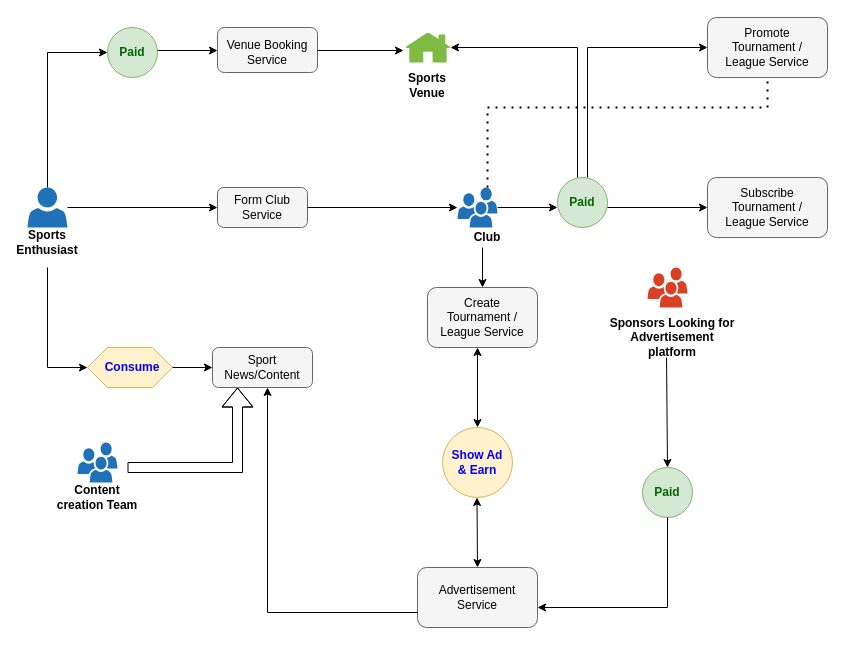
This is Untitled Diagram.drawio from dinesh2014/pestomeet, a draw.io file, before an edit. Source tidied: cells renumbered, new cells numbered last; positions are measured from the earlier drawing's top-left corner, leaving out a move shared by most shapes. Both pictures are drawn from the tidied source at 100%, with x=0, y=0 at pixel (17, 17).
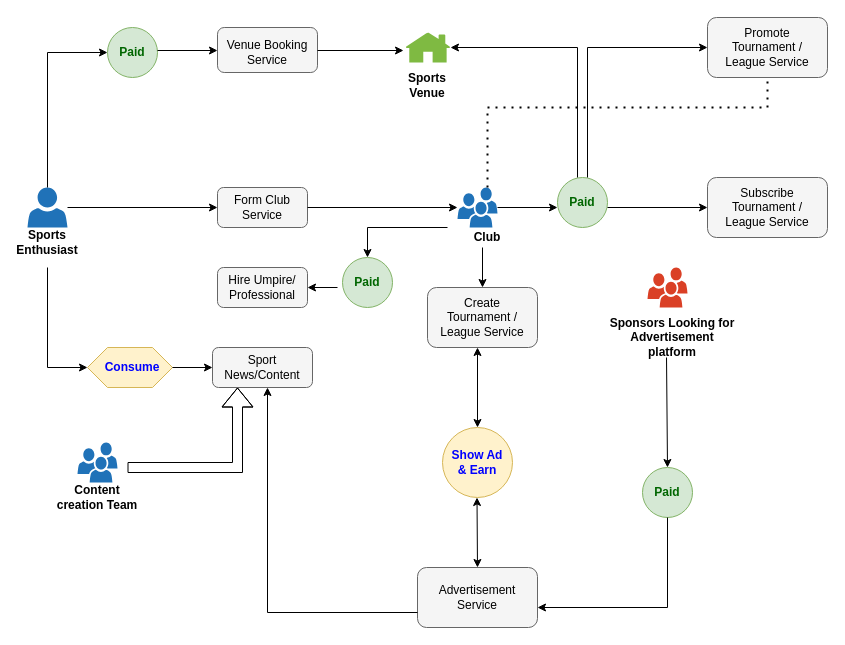
The same page after the edit.

What changed in the source:
```diff
@@
+    <mxCell id="55" style="rounded=1;whiteSpace=wrap;html=1;fillColor=#f5f5f5;fontColor=#333333;strokeColor=#666666;" parent="1" vertex="1">
+      <mxGeometry x="200" y="250" width="90" height="40" as="geometry" />
+    </mxCell>
+    <mxCell id="56" value="Hire Umpire/ Professional" style="text;html=1;strokeColor=none;fillColor=none;align=center;verticalAlign=middle;whiteSpace=wrap;rounded=0;" parent="1" vertex="1">
+      <mxGeometry x="210" y="255" width="70" height="30" as="geometry" />
+    </mxCell>
+    <mxCell id="57" style="endArrow=classic;html=1;rounded=0;" parent="1" edge="1">
+      <mxGeometry relative="1" as="geometry">
+        <mxPoint x="430" y="210" as="sourcePoint" />
+        <mxPoint x="350" y="240" as="targetPoint" />
+        <Array as="points">
+          <mxPoint x="350" y="210" />
+        </Array>
+      </mxGeometry>
+    </mxCell>
+    <mxCell id="58" style="ellipse;whiteSpace=wrap;html=1;fillColor=#d5e8d4;strokeColor=#82b366;" parent="1" vertex="1">
+      <mxGeometry x="325" y="240" width="50" height="50" as="geometry" />
+    </mxCell>
+    <mxCell id="59" value="&lt;font color=&quot;#006600&quot;&gt;&lt;b&gt;Paid&lt;/b&gt;&lt;/font&gt;" style="text;html=1;strokeColor=none;fillColor=none;align=center;verticalAlign=middle;whiteSpace=wrap;rounded=0;" parent="1" vertex="1">
+      <mxGeometry x="320" y="250" width="60" height="30" as="geometry" />
+    </mxCell>
+    <mxCell id="60" style="endArrow=classic;html=1;rounded=0;entryX=1;entryY=0.5;entryDx=0;entryDy=0;" parent="1" edge="1" target="55">
+      <mxGeometry relative="1" as="geometry">
+        <mxPoint x="320" y="270" as="sourcePoint" />
+      </mxGeometry>
+    </mxCell>
```
